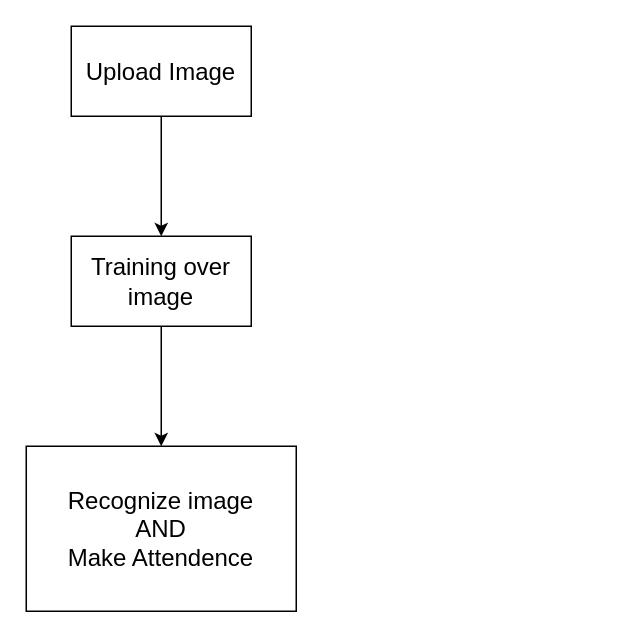
The draw.io diagram Documentation/Flow Diagram/FRS Basic.drawio in prashantsingh2408/Face-Recognition-Attendance-System, before the edit. Source tidied: cells renumbered, new cells numbered last; positions are measured from the earlier drawing's top-left corner, leaving out a move shared by most shapes. Both pictures are drawn from the tidied source at 150%, with x=0, y=0 at pixel (26, 26).
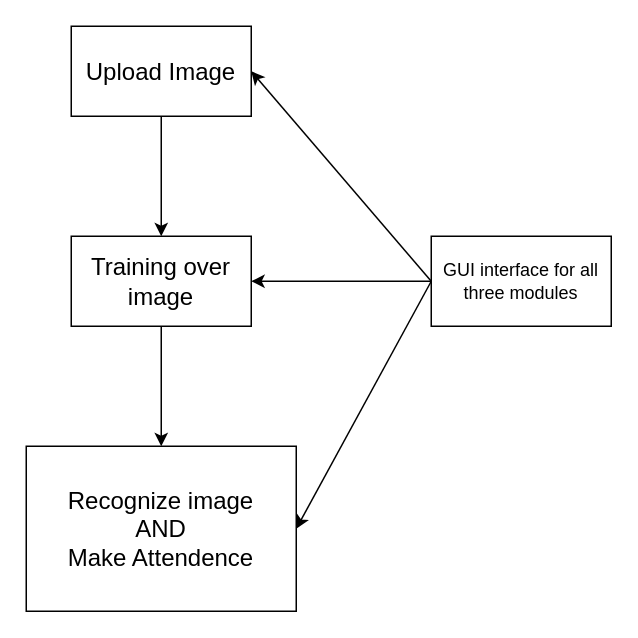
The same page after the edit.

Diff of the diagram source:
```diff
@@
 <mxGraphModel>
   <root>
     <mxCell id="0" />
     <mxCell id="1" parent="0" />
     <mxCell id="2" style="edgeStyle=orthogonalEdgeStyle;rounded=0;jettySize=auto;html=1;" parent="1" edge="1" source="3" target="5">
       <mxGeometry relative="1" as="geometry" />
     </mxCell>
     <mxCell id="3" value="&lt;font size=&quot;3&quot;&gt;Upload Image&lt;/font&gt;" style="rounded=0;whiteSpace=wrap;html=1;" parent="1" vertex="1">
       <mxGeometry x="30" width="120" height="60" as="geometry" />
     </mxCell>
     <mxCell id="4" style="edgeStyle=orthogonalEdgeStyle;rounded=0;jettySize=auto;html=1;" parent="1" edge="1" source="5" target="6">
       <mxGeometry relative="1" as="geometry" />
     </mxCell>
     <mxCell id="5" value="&lt;font size=&quot;3&quot;&gt;Training over image&lt;/font&gt;" style="rounded=0;whiteSpace=wrap;html=1;" parent="1" vertex="1">
       <mxGeometry x="30" y="140" width="120" height="60" as="geometry" />
     </mxCell>
     <mxCell id="6" value="&lt;font size=&quot;3&quot;&gt;Recognize image&lt;br&gt;AND&lt;br&gt;Make Attendence&lt;br&gt;&lt;/font&gt;" style="rounded=0;whiteSpace=wrap;html=1;" parent="1" vertex="1">
       <mxGeometry y="280" width="180" height="110" as="geometry" />
     </mxCell>
+    <mxCell id="7" value="GUI interface for all three modules" style="rounded=0;whiteSpace=wrap;html=1;" parent="1" vertex="1">
+      <mxGeometry x="270" y="140" width="120" height="60" as="geometry" />
+    </mxCell>
+    <mxCell id="8" style="endArrow=classic;html=1;exitX=0;exitY=0.5;exitDx=0;exitDy=0;entryX=1;entryY=0.5;entryDx=0;entryDy=0;" parent="1" edge="1" source="7" target="3">
+      <mxGeometry relative="1" as="geometry" />
+    </mxCell>
+    <mxCell id="9" style="endArrow=classic;html=1;exitX=0;exitY=0.5;exitDx=0;exitDy=0;entryX=1;entryY=0.5;entryDx=0;entryDy=0;" parent="1" edge="1" source="7" target="5">
+      <mxGeometry relative="1" as="geometry" />
+    </mxCell>
+    <mxCell id="10" style="endArrow=classic;html=1;entryX=1;entryY=0.5;entryDx=0;entryDy=0;" parent="1" edge="1" target="6">
+      <mxGeometry relative="1" as="geometry">
+        <mxPoint x="270" y="170" as="sourcePoint" />
+      </mxGeometry>
+    </mxCell>
   </root>
 </mxGraphModel>
```
